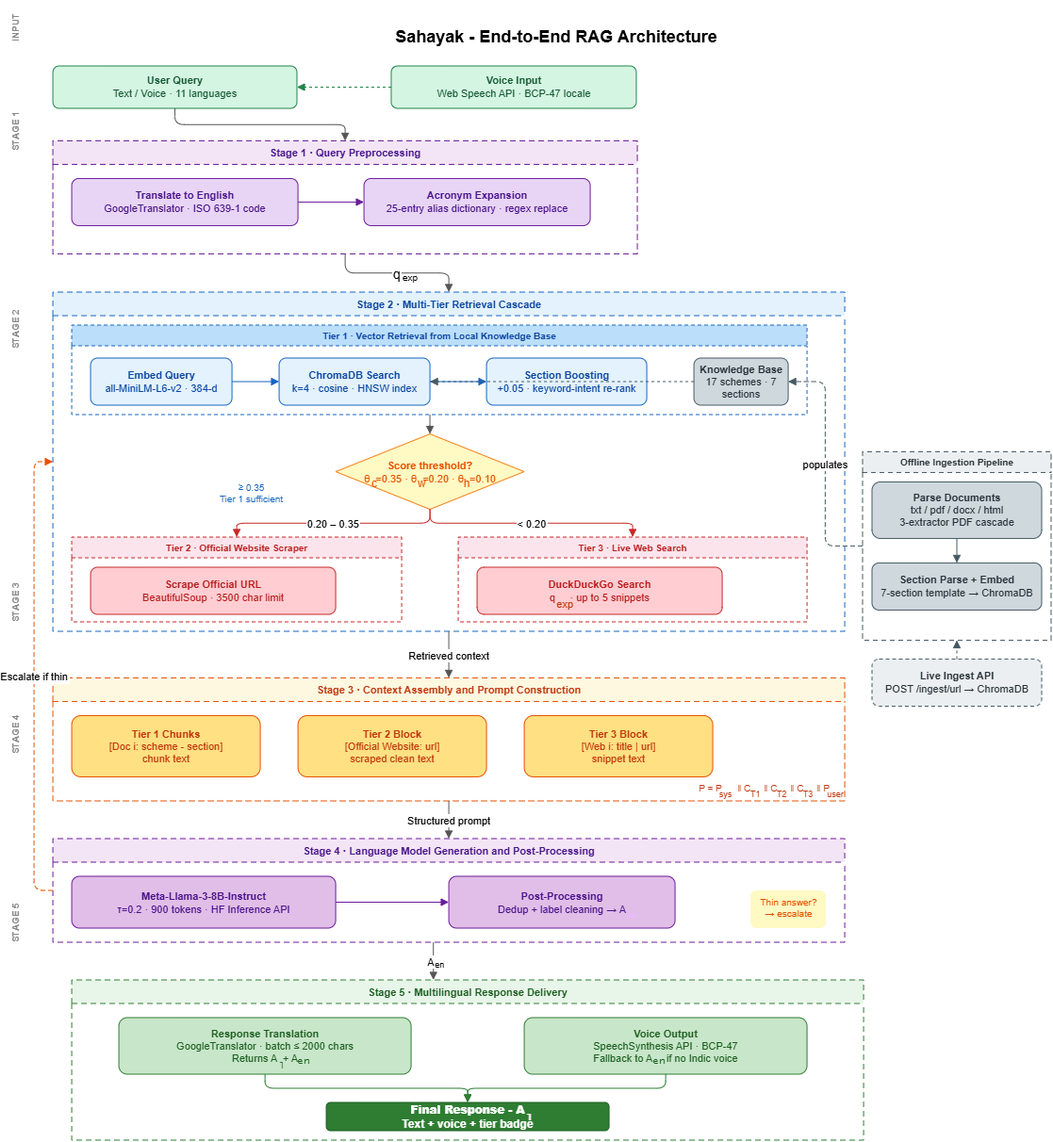
Above: Architecture Diagram.png in amrutha0001/Sahayak_Indic_Muliti-lingual_Chatbot (draw.io), before the change. Source tidied: cells renumbered, new cells last; positions are measured from the earlier drawing's top-left corner, leaving out a move shared by most shapes.
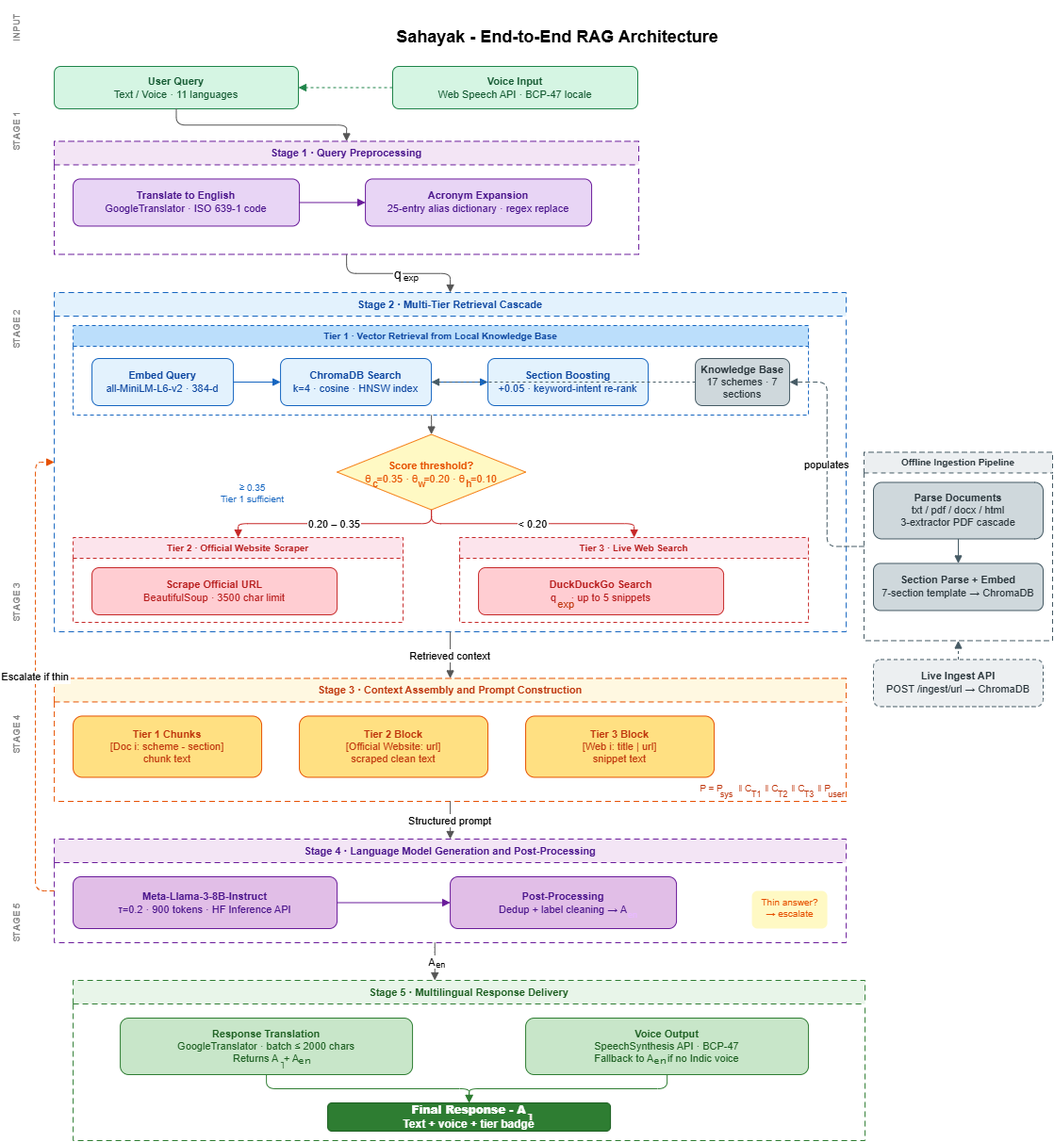
After the change.

The edit, as a diff of the source:
```diff
@@ -112,8 +112,8 @@
     <mxCell id="36" value="&lt; 0.20" style="edgeStyle=orthogonalEdgeStyle;endArrow=block;endFill=1;strokeColor=#c62828;" parent="18" edge="1" source="27" target="31">
       <mxGeometry relative="1" as="geometry" />
     </mxCell>
-    <mxCell id="37" value="&lt;div&gt;&lt;span&gt;&lt;font style=&quot;color: rgb(230, 81, 0);&quot;&gt;&lt;br&gt;&lt;/font&gt;&lt;/span&gt;&lt;/div&gt;&lt;span&gt;&lt;font style=&quot;color: rgb(230, 81, 0);&quot;&gt;&amp;nbsp; &amp;nbsp;c&amp;nbsp; &amp;nbsp; &amp;nbsp; &amp;nbsp; &amp;nbsp; &amp;nbsp; &amp;nbsp;w&amp;nbsp; &amp;nbsp; &amp;nbsp; &amp;nbsp; &amp;nbsp; &amp;nbsp; h&lt;/font&gt;&lt;/span&gt;" style="text;html=1;whiteSpace=wrap;strokeColor=none;fillColor=none;align=center;verticalAlign=middle;rounded=0;" parent="18" vertex="1">
-      <mxGeometry x="270" y="180" width="230" height="30" as="geometry" />
+    <mxCell id="37" value="&lt;div&gt;&lt;span&gt;&lt;font style=&quot;color: rgb(230, 81, 0); font-size: 10px;&quot;&gt;&amp;nbsp;&lt;/font&gt;&lt;/span&gt;&lt;/div&gt;&lt;span&gt;&lt;font style=&quot;color: rgb(230, 81, 0); font-size: 11px;&quot;&gt;&amp;nbsp; &amp;nbsp; &amp;nbsp; &amp;nbsp; &amp;nbsp; &amp;nbsp; &amp;nbsp;c&amp;nbsp; &amp;nbsp; &amp;nbsp; &amp;nbsp; &amp;nbsp; &amp;nbsp; &amp;nbsp; w&amp;nbsp; &amp;nbsp; &amp;nbsp; &amp;nbsp; &amp;nbsp; &amp;nbsp; &amp;nbsp; h&amp;nbsp;&amp;nbsp;&lt;/font&gt;&lt;/span&gt;" style="text;html=1;whiteSpace=wrap;strokeColor=none;fillColor=none;align=center;verticalAlign=middle;rounded=0;" parent="18" vertex="1">
+      <mxGeometry x="258.9" y="180" width="230" height="30" as="geometry" />
     </mxCell>
     <mxCell id="38" value="Retrieved context" style="edgeStyle=orthogonalEdgeStyle;endArrow=block;endFill=1;strokeColor=#555;" parent="1" edge="1" source="18" target="39">
       <mxGeometry relative="1" as="geometry" />
```
